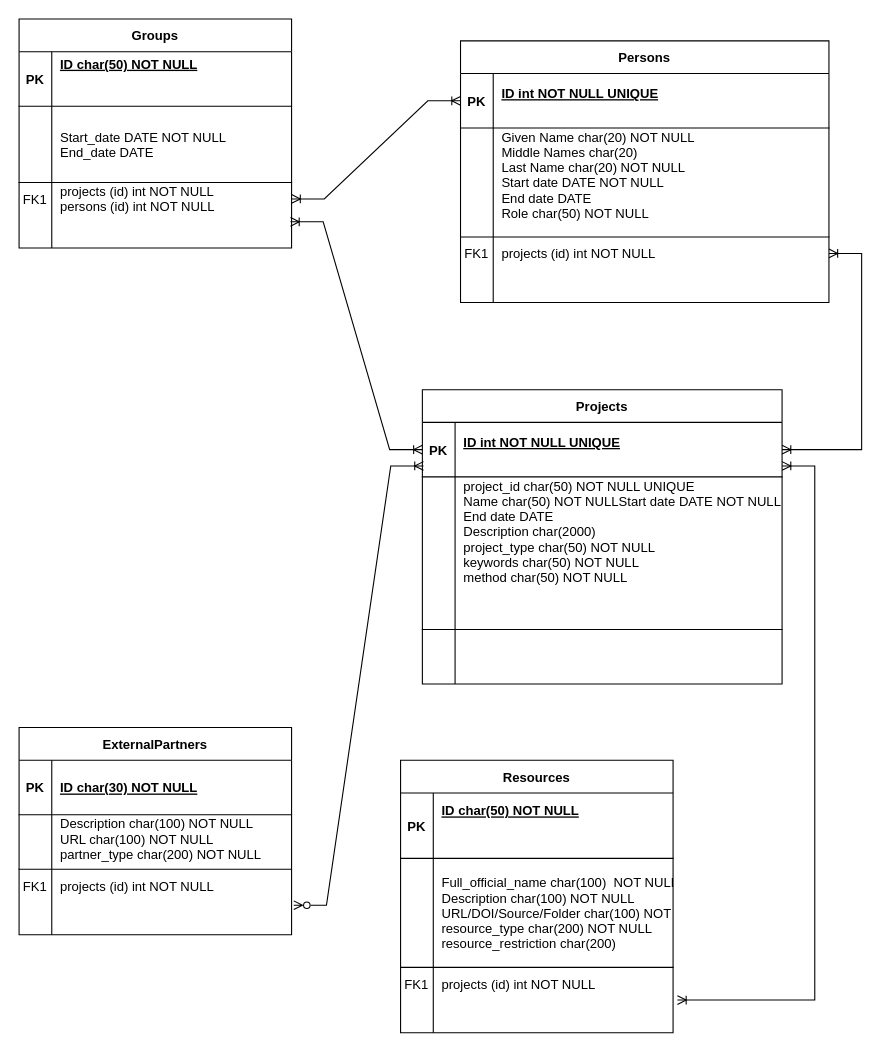
Before: page "Page-1" (1 of 2) of diagram_indecol_DBproject.drawio in hazimhussein/db_project_indecol, a draw.io diagram. Source tidied: cells renumbered, new cells numbered last; positions are measured from the earlier drawing's top-left corner, leaving out a move shared by most shapes. Both pictures are drawn from the tidied source at 109%, with x=0, y=0 at pixel (19, 19).
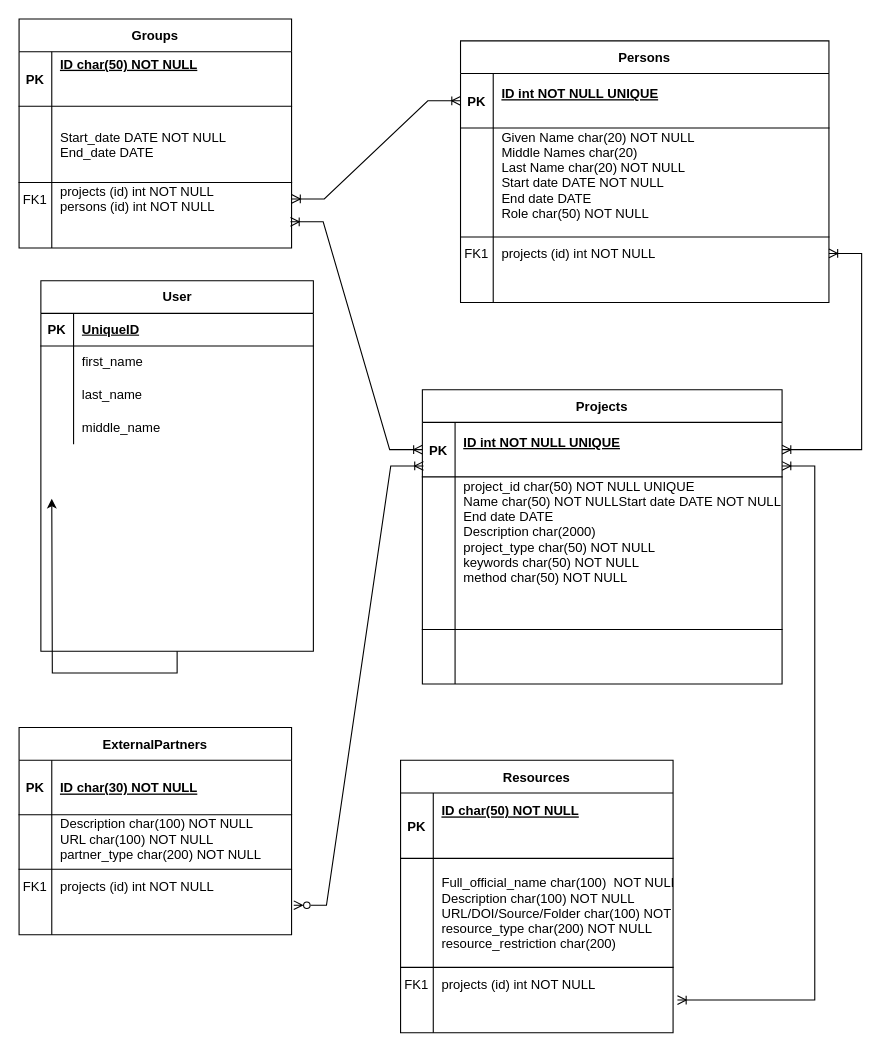
The same page after the edit.

What changed in the source:
```diff
@@
+    <mxCell id="72" style="edgeStyle=orthogonalEdgeStyle;rounded=0;jettySize=auto;html=1;" parent="1" edge="1" source="73">
+      <mxGeometry relative="1" as="geometry">
+        <mxPoint x="30" y="440" as="targetPoint" />
+      </mxGeometry>
+    </mxCell>
+    <mxCell id="73" value="User" style="shape=table;startSize=30;childLayout=tableLayout;rowLines=0;fontStyle=1;align=center;html=1;" parent="1" vertex="1">
+      <mxGeometry x="20" y="240" width="250" height="340" as="geometry" />
+    </mxCell>
+    <mxCell id="74" style="shape=tableRow;horizontal=0;startSize=0;swimlaneHead=0;swimlaneBody=0;fillColor=none;top=0;left=0;right=0;bottom=1;" parent="73" vertex="1">
+      <mxGeometry y="30" width="250" height="30" as="geometry" />
+    </mxCell>
+    <mxCell id="75" value="PK" style="shape=partialRectangle;fillColor=none;top=0;left=0;bottom=0;right=0;fontStyle=1;overflow=hidden;whiteSpace=wrap;html=1;" parent="74" vertex="1">
+      <mxGeometry width="30" height="30" as="geometry" />
+    </mxCell>
+    <mxCell id="76" value="UniqueID" style="shape=partialRectangle;fillColor=none;top=0;left=0;bottom=0;right=0;align=left;spacingLeft=6;fontStyle=5;overflow=hidden;whiteSpace=wrap;html=1;" parent="74" vertex="1">
+      <mxGeometry x="30" width="220" height="30" as="geometry" />
+    </mxCell>
+    <mxCell id="77" style="shape=tableRow;horizontal=0;startSize=0;swimlaneHead=0;swimlaneBody=0;fillColor=none;top=0;left=0;right=0;bottom=0;" parent="73" vertex="1">
+      <mxGeometry y="60" width="250" height="30" as="geometry" />
+    </mxCell>
+    <mxCell id="78" style="shape=partialRectangle;fillColor=none;top=0;left=0;bottom=0;right=0;overflow=hidden;whiteSpace=wrap;html=1;" parent="77" vertex="1">
+      <mxGeometry width="30" height="30" as="geometry" />
+    </mxCell>
+    <mxCell id="79" value="first_name&lt;span style=&quot;white-space: pre;&quot;&gt;&#9;&lt;/span&gt;&lt;span style=&quot;white-space: pre;&quot;&gt;&#9;&lt;/span&gt;" style="shape=partialRectangle;fillColor=none;top=0;left=0;bottom=0;right=0;align=left;spacingLeft=6;overflow=hidden;whiteSpace=wrap;html=1;" parent="77" vertex="1">
+      <mxGeometry x="30" width="220" height="30" as="geometry" />
+    </mxCell>
+    <mxCell id="80" style="shape=tableRow;horizontal=0;startSize=0;swimlaneHead=0;swimlaneBody=0;fillColor=none;top=0;left=0;right=0;bottom=0;" parent="73" vertex="1">
+      <mxGeometry y="90" width="250" height="30" as="geometry" />
+    </mxCell>
+    <mxCell id="81" style="shape=partialRectangle;fillColor=none;top=0;left=0;bottom=0;right=0;overflow=hidden;whiteSpace=wrap;html=1;" parent="80" vertex="1">
+      <mxGeometry width="30" height="30" as="geometry" />
+    </mxCell>
+    <mxCell id="82" value="last_name" style="shape=partialRectangle;fillColor=none;top=0;left=0;bottom=0;right=0;align=left;spacingLeft=6;overflow=hidden;whiteSpace=wrap;html=1;" parent="80" vertex="1">
+      <mxGeometry x="30" width="220" height="30" as="geometry" />
+    </mxCell>
+    <mxCell id="83" style="shape=tableRow;horizontal=0;startSize=0;swimlaneHead=0;swimlaneBody=0;fillColor=none;top=0;left=0;right=0;bottom=0;" parent="73" vertex="1">
+      <mxGeometry y="120" width="250" height="30" as="geometry" />
+    </mxCell>
+    <mxCell id="84" style="shape=partialRectangle;fillColor=none;top=0;left=0;bottom=0;right=0;overflow=hidden;whiteSpace=wrap;html=1;" parent="83" vertex="1">
+      <mxGeometry width="30" height="30" as="geometry" />
+    </mxCell>
+    <mxCell id="85" value="middle_name" style="shape=partialRectangle;fillColor=none;top=0;left=0;bottom=0;right=0;align=left;spacingLeft=6;overflow=hidden;whiteSpace=wrap;html=1;" parent="83" vertex="1">
+      <mxGeometry x="30" width="220" height="30" as="geometry" />
+    </mxCell>
```
